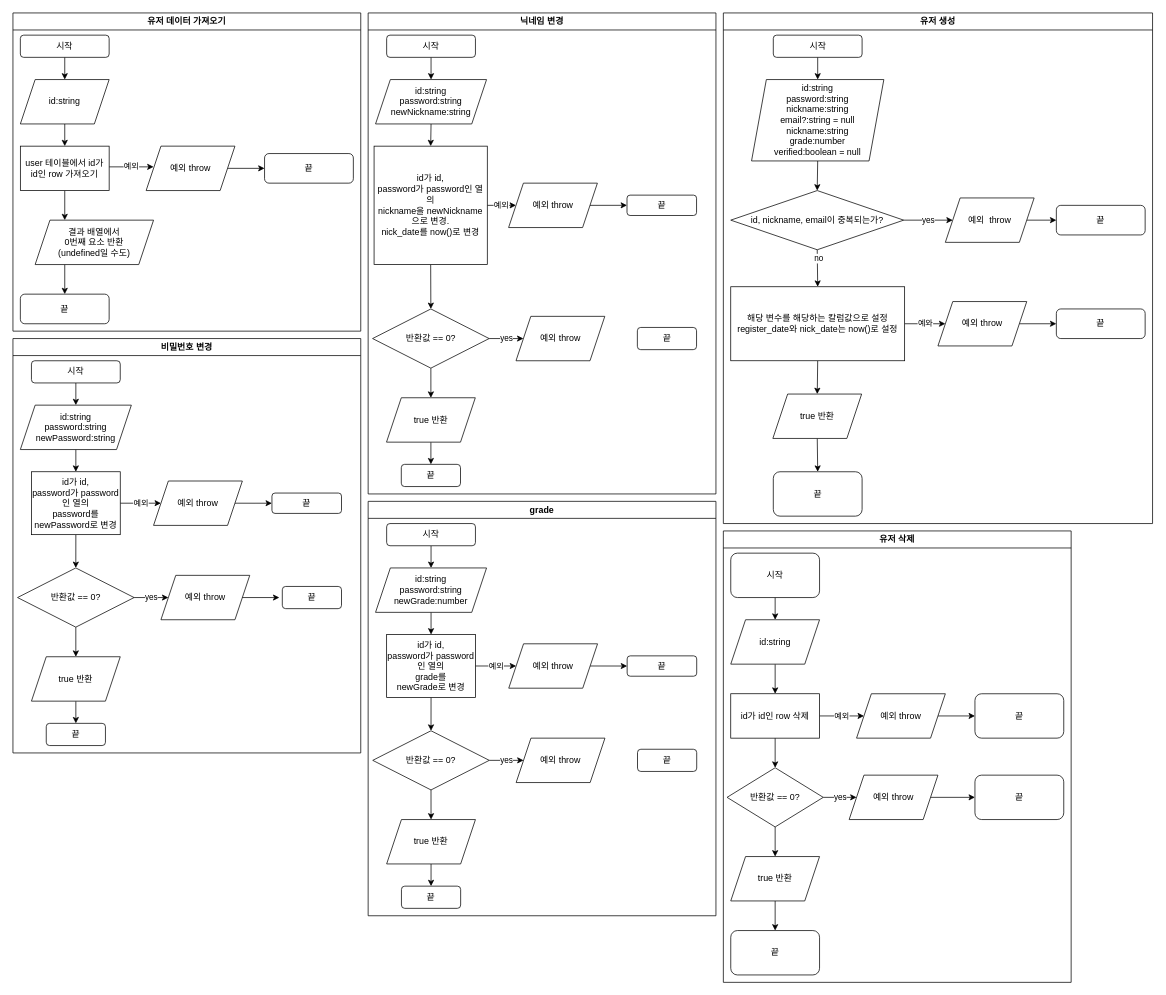
Before: concept/user/function.drawio in sveltekit-board/module-user, a draw.io diagram. Source tidied: cells renumbered, new cells numbered last; positions are measured from the earlier drawing's top-left corner, leaving out a move shared by most shapes. Both pictures are drawn from the tidied source at 74%, with x=0, y=0 at pixel (13, 13).
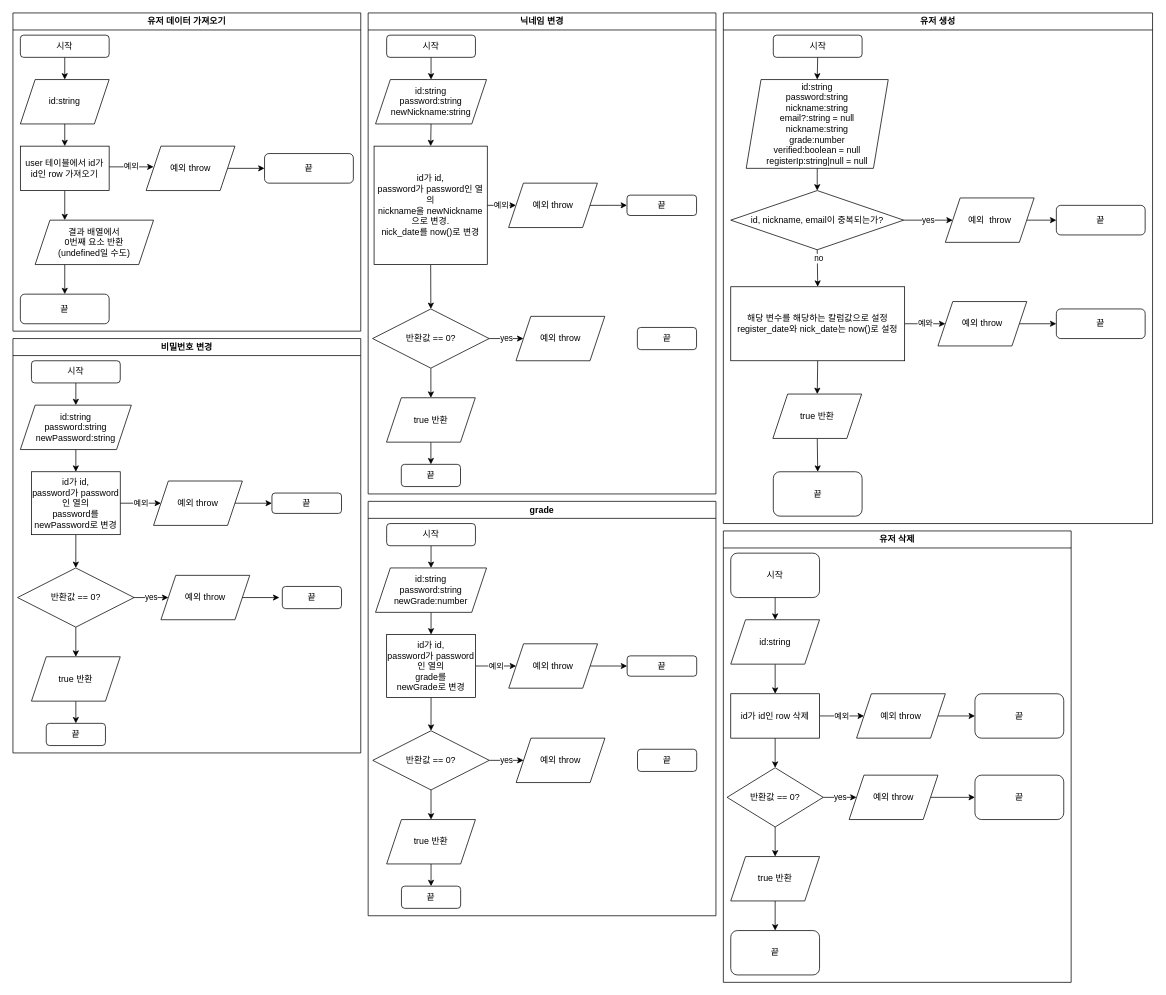
The same page after the edit.

Commit message:
유저 생성 함수에 registerIp 파라미터 추가

The change refers to these unchanged cells:
```xml
<mxCell id="74" value="유저 생성" style="swimlane;whiteSpace=wrap;html=1;" parent="1" vertex="1">
  <mxGeometry x="960" width="580" height="690" as="geometry" />
</mxCell>
```

The edit, as a diff of the source:
```diff
@@
-    <mxCell id="78" value="id:string&lt;br&gt;password:string&lt;br&gt;nickname:string&lt;br&gt;email?:string = null&lt;br&gt;nickname:string&lt;br&gt;grade:number&lt;br&gt;verified:boolean = null" style="shape=parallelogram;perimeter=parallelogramPerimeter;whiteSpace=wrap;html=1;fixedSize=1;" parent="74" vertex="1">
-      <mxGeometry x="38.1" y="90" width="178.8" height="110" as="geometry" />
+    <mxCell id="78" value="id:string&lt;br&gt;password:string&lt;br&gt;nickname:string&lt;br&gt;email?:string = null&lt;br&gt;nickname:string&lt;br&gt;grade:number&lt;br&gt;verified:boolean = null&lt;br&gt;registerIp:string|null = null" style="shape=parallelogram;perimeter=parallelogramPerimeter;whiteSpace=wrap;html=1;fixedSize=1;" parent="74" vertex="1">
+      <mxGeometry x="30.9" y="90" width="191.9" height="120" as="geometry" />
     </mxCell>
```
